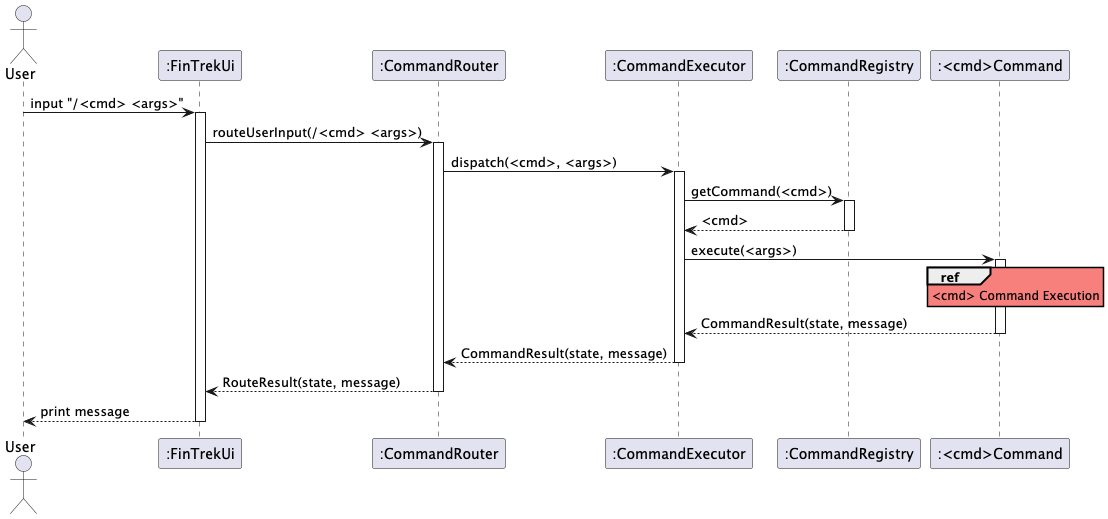
This is docs/images/parse_w_ref.png from randust/tp, a PlantUML export, as it was before one commit.
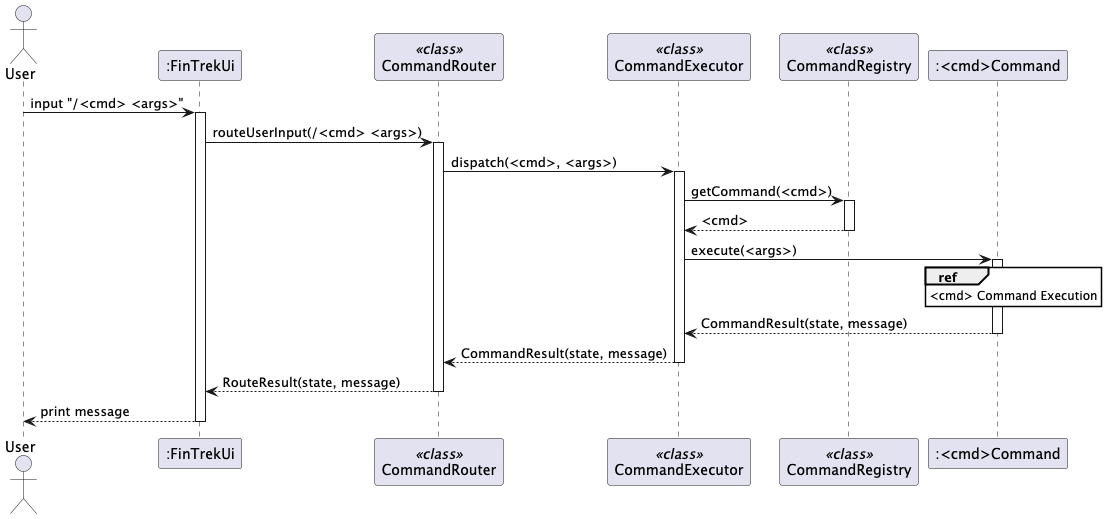
After the change.

The edit, as a diff of the source:
```diff
@@ -1,10 +1,10 @@
 @startuml
-skinparam sequenceReferenceBackgroundColor #f7807c
+skinparam sequenceReferenceBackgroundColor #fffff
 actor "User" as user
 participant ":FinTrekUi" as FT
-participant ":CommandRouter" as router
-participant ":CommandExecutor" as executor
-participant ":CommandRegistry" as registry
+participant "CommandRouter" as router <<class>>
+participant "CommandExecutor" as executor <<class>>
+participant "CommandRegistry" as registry <<class>>
 
 participant ":<cmd>Command" as SC
 
```
